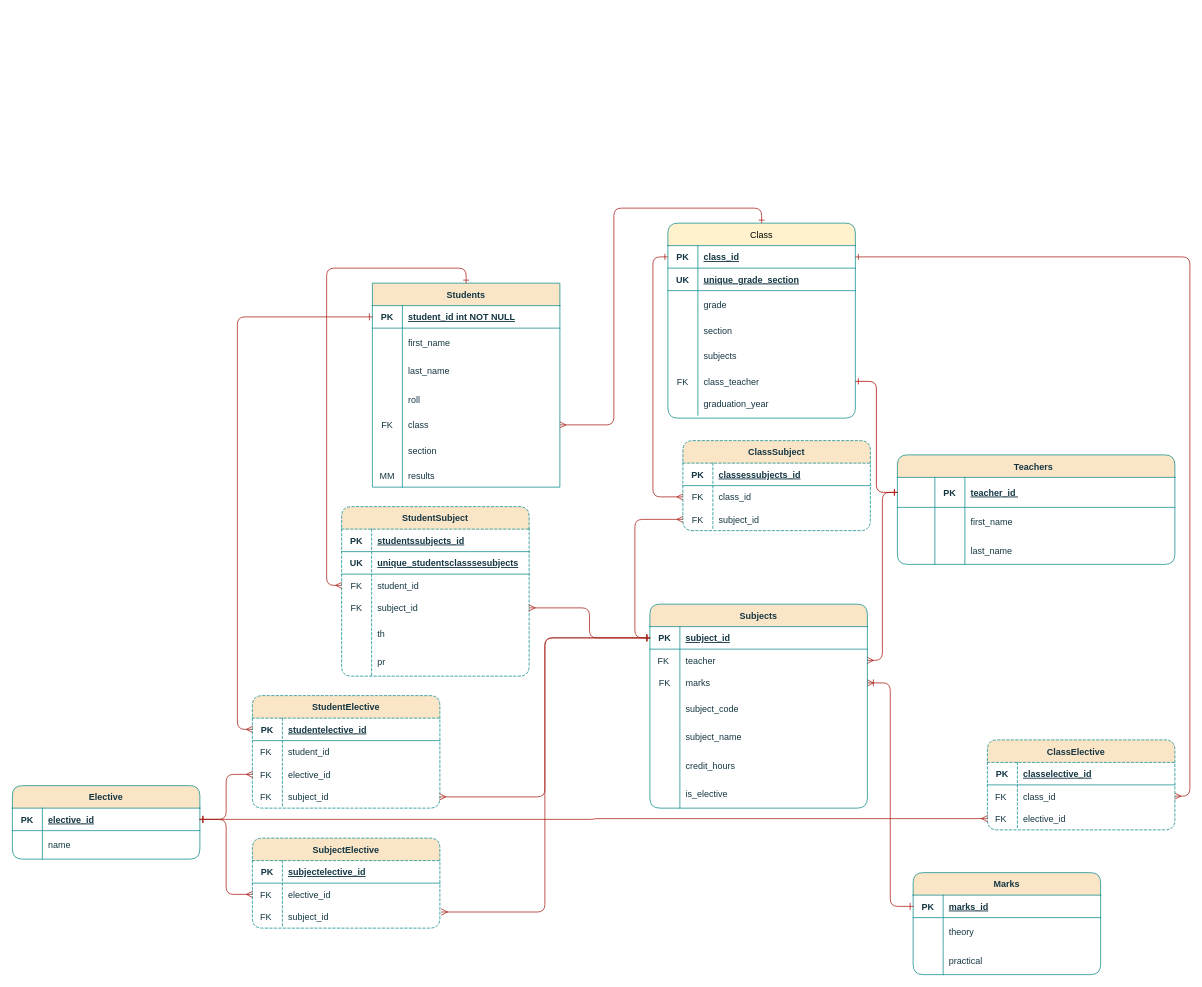
This is student_record/Untitled Diagram.drawio from Bhuwan-web/gradesheet, a draw.io file, before an edit. Source tidied: cells renumbered, new cells numbered last; positions are measured from the earlier drawing's top-left corner, leaving out a move shared by most shapes. Both pictures are drawn from the tidied source at 75%, with x=0, y=0 at pixel (12, 223).
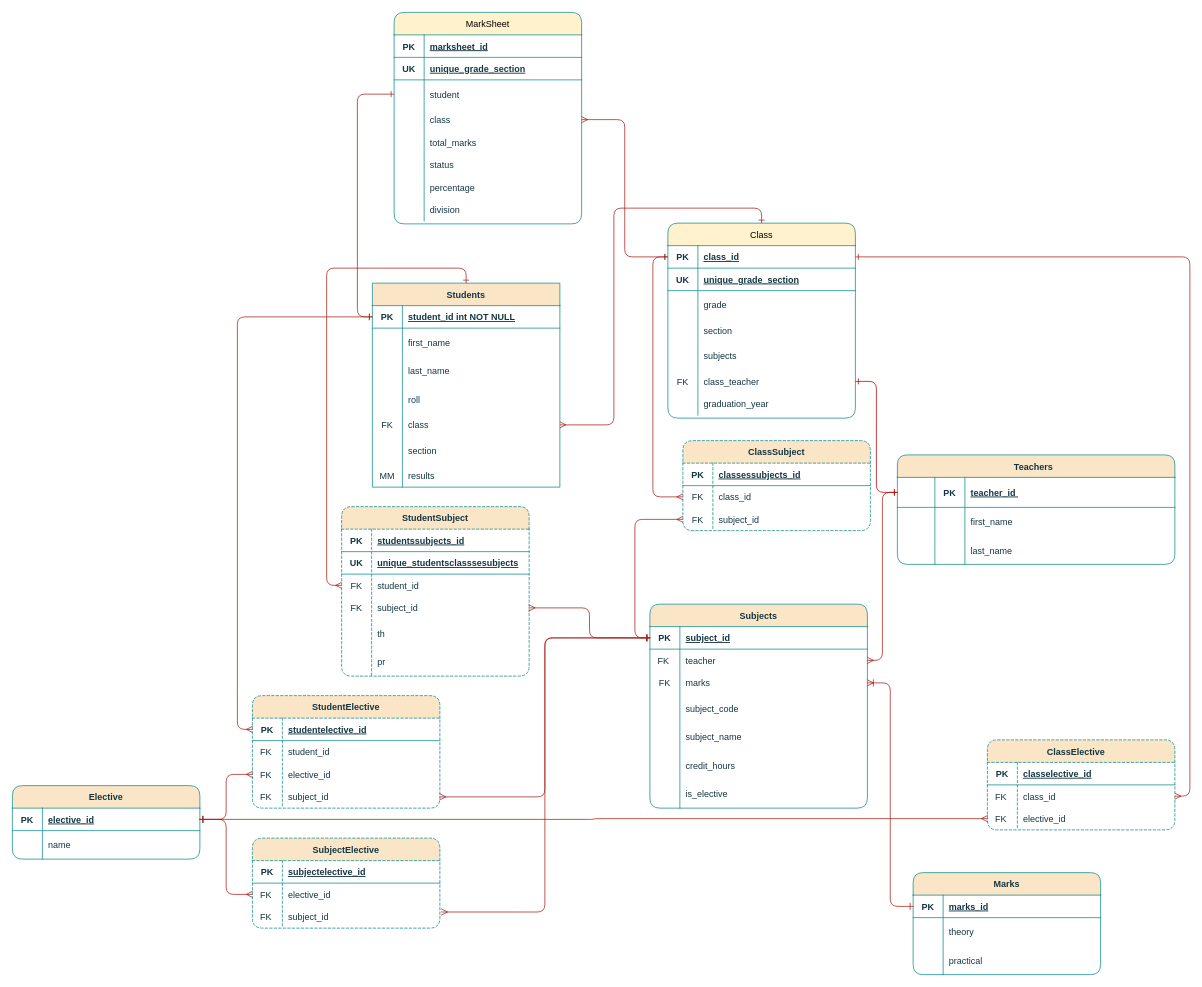
The same page after the edit.

The change refers to these unchanged cells:
```xml
<mxCell id="26" style="shape=partialRectangle;fillColor=none;points=[[0,0.5],[1,0.5]];portConstraint=eastwest;top=0;left=0;right=0;bottom=1;strokeColor=#0F8B8D;backgroundOutline=1;rounded=1;labelBackgroundColor=none;fontColor=#143642;linecap=square;" parent="25" vertex="1">
  <mxGeometry y="30" width="250" height="30" as="geometry" />
</mxCell>
<mxCell id="49" style="shape=partialRectangle;fillColor=none;points=[[0,0.5],[1,0.5]];portConstraint=eastwest;top=0;left=0;right=0;bottom=1;strokeColor=#0F8B8D;backgroundOutline=1;rounded=1;labelBackgroundColor=none;fontColor=#143642;linecap=square;" parent="48" vertex="1">
  <mxGeometry y="30" width="250" height="30" as="geometry" />
</mxCell>
```

Change to the diagram source:
```diff
@@
+    <mxCell id="175" value="MarkSheet" style="shape=table;startSize=30;childLayout=tableLayout;rowLines=0;align=center;strokeColor=#0F8B8D;backgroundOutline=0;rounded=1;fillColor=#FFF2CC;shadow=0;fixDash=0;comic=0;linejoin=arcs;linecap=square;swimlaneLine=1;swimlaneFillColor=none;" parent="1" vertex="1">
+      <mxGeometry x="509" y="-281" width="250" height="282" as="geometry" />
+    </mxCell>
+    <mxCell id="176" style="shape=partialRectangle;fillColor=none;top=0;left=0;right=0;bottom=1;strokeColor=#0F8B8D;backgroundOutline=1;rounded=1;labelBackgroundColor=none;fontColor=#143642;linecap=square;" parent="175" vertex="1">
+      <mxGeometry y="30" width="250" height="30" as="geometry" />
+    </mxCell>
+    <mxCell id="177" value="PK" style="shape=partialRectangle;overflow=hidden;fillColor=none;top=0;left=0;bottom=0;right=0;fontStyle=1;strokeColor=#0F8B8D;backgroundOutline=1;rounded=1;labelBackgroundColor=none;fontColor=#143642;linecap=square;" parent="176" vertex="1">
+      <mxGeometry width="40" height="30" as="geometry" />
+    </mxCell>
+    <mxCell id="178" value="marksheet_id" style="shape=partialRectangle;overflow=hidden;fillColor=none;top=0;left=0;bottom=0;right=0;align=left;spacingLeft=6;fontStyle=5;strokeColor=#0F8B8D;backgroundOutline=1;rounded=1;labelBackgroundColor=none;fontColor=#143642;linecap=square;" parent="176" vertex="1">
+      <mxGeometry x="40" width="210" height="30" as="geometry" />
+    </mxCell>
+    <mxCell id="179" style="shape=partialRectangle;fillColor=none;top=0;left=0;right=0;bottom=1;strokeColor=#0F8B8D;backgroundOutline=1;rounded=1;labelBackgroundColor=none;fontColor=#143642;linecap=square;" parent="175" vertex="1">
+      <mxGeometry y="60" width="250" height="30" as="geometry" />
+    </mxCell>
+    <mxCell id="180" value="UK" style="shape=partialRectangle;overflow=hidden;fillColor=none;top=0;left=0;bottom=0;right=0;fontStyle=1;strokeColor=#0F8B8D;backgroundOutline=1;rounded=1;labelBackgroundColor=none;fontColor=#143642;linecap=square;" parent="179" vertex="1">
+      <mxGeometry width="40" height="30" as="geometry" />
+    </mxCell>
+    <mxCell id="181" value="unique_grade_section" style="shape=partialRectangle;overflow=hidden;fillColor=none;top=0;left=0;bottom=0;right=0;align=left;spacingLeft=6;fontStyle=5;strokeColor=#0F8B8D;backgroundOutline=1;rounded=1;labelBackgroundColor=none;fontColor=#143642;linecap=square;" parent="179" vertex="1">
+      <mxGeometry x="40" width="210" height="30" as="geometry" />
+    </mxCell>
+    <mxCell id="182" style="shape=partialRectangle;fillColor=none;points=[[0,0.5],[1,0.5]];portConstraint=eastwest;top=0;left=0;right=0;bottom=0;strokeColor=#0F8B8D;backgroundOutline=1;rounded=1;labelBackgroundColor=none;fontColor=#143642;linecap=square;" parent="175" vertex="1">
+      <mxGeometry y="90" width="250" height="38" as="geometry" />
+    </mxCell>
+    <mxCell id="183" style="shape=partialRectangle;overflow=hidden;fillColor=none;top=0;left=0;bottom=0;right=0;strokeColor=#0F8B8D;backgroundOutline=1;rounded=1;labelBackgroundColor=none;fontColor=#143642;linecap=square;" parent="182" vertex="1">
+      <mxGeometry width="40" height="38" as="geometry" />
+    </mxCell>
+    <mxCell id="184" value="student" style="shape=partialRectangle;overflow=hidden;fillColor=none;top=0;left=0;bottom=0;right=0;align=left;spacingLeft=6;strokeColor=#0F8B8D;backgroundOutline=1;rounded=1;labelBackgroundColor=none;fontColor=#143642;linecap=square;" parent="182" vertex="1">
+      <mxGeometry x="40" width="210" height="38" as="geometry" />
+    </mxCell>
+    <mxCell id="185" style="shape=partialRectangle;fillColor=none;points=[[0,0.5],[1,0.5]];portConstraint=eastwest;top=0;left=0;right=0;bottom=0;strokeColor=#0F8B8D;backgroundOutline=1;rounded=1;labelBackgroundColor=none;fontColor=#143642;linecap=square;" parent="175" vertex="1">
+      <mxGeometry y="128" width="250" height="30" as="geometry" />
+    </mxCell>
+    <mxCell id="186" value="&#10;" style="shape=partialRectangle;overflow=hidden;fillColor=none;top=0;left=0;bottom=0;right=0;strokeColor=#0F8B8D;backgroundOutline=1;rounded=1;labelBackgroundColor=none;fontColor=#143642;linecap=square;" parent="185" vertex="1">
+      <mxGeometry width="40" height="30" as="geometry" />
+    </mxCell>
+    <mxCell id="187" value="class" style="shape=partialRectangle;overflow=hidden;fillColor=none;top=0;left=0;bottom=0;right=0;align=left;spacingLeft=6;strokeColor=#0F8B8D;backgroundOutline=1;rounded=1;labelBackgroundColor=none;fontColor=#143642;linecap=square;" parent="185" vertex="1">
+      <mxGeometry x="40" width="210" height="30" as="geometry" />
+    </mxCell>
+    <mxCell id="188" style="shape=partialRectangle;fillColor=none;top=0;left=0;right=0;bottom=0;strokeColor=#0F8B8D;backgroundOutline=1;rounded=1;labelBackgroundColor=none;fontColor=#143642;linecap=square;" parent="175" vertex="1">
+      <mxGeometry y="158" width="250" height="30" as="geometry" />
+    </mxCell>
+    <mxCell id="189" value="&#10;" style="shape=partialRectangle;overflow=hidden;fillColor=none;top=0;left=0;bottom=0;right=0;strokeColor=#0F8B8D;backgroundOutline=1;rounded=1;labelBackgroundColor=none;fontColor=#143642;linecap=square;" parent="188" vertex="1">
+      <mxGeometry width="40" height="30" as="geometry" />
+    </mxCell>
+    <mxCell id="190" value="total_marks" style="shape=partialRectangle;overflow=hidden;fillColor=none;top=0;left=0;bottom=0;right=0;align=left;spacingLeft=6;strokeColor=#0F8B8D;backgroundOutline=1;rounded=1;labelBackgroundColor=none;fontColor=#143642;linecap=square;" parent="188" vertex="1">
+      <mxGeometry x="40" width="210" height="30" as="geometry" />
+    </mxCell>
+    <mxCell id="191" style="shape=partialRectangle;fillColor=none;top=0;left=0;right=0;bottom=0;strokeColor=#0F8B8D;backgroundOutline=1;rounded=1;labelBackgroundColor=none;fontColor=#143642;linecap=square;" parent="175" vertex="1">
+      <mxGeometry y="188" width="250" height="30" as="geometry" />
+    </mxCell>
+    <mxCell id="192" value="&#10;" style="shape=partialRectangle;overflow=hidden;fillColor=none;top=0;left=0;bottom=0;right=0;strokeColor=#0F8B8D;backgroundOutline=1;rounded=1;labelBackgroundColor=none;fontColor=#143642;linecap=square;" parent="191" vertex="1">
+      <mxGeometry width="40" height="30" as="geometry" />
+    </mxCell>
+    <mxCell id="193" value="status" style="shape=partialRectangle;overflow=hidden;fillColor=none;top=0;left=0;bottom=0;right=0;align=left;spacingLeft=6;strokeColor=#0F8B8D;backgroundOutline=1;rounded=1;labelBackgroundColor=none;fontColor=#143642;linecap=square;" parent="191" vertex="1">
+      <mxGeometry x="40" width="210" height="30" as="geometry" />
+    </mxCell>
+    <mxCell id="194" style="shape=partialRectangle;fillColor=none;top=0;left=0;right=0;bottom=0;strokeColor=#0F8B8D;backgroundOutline=1;rounded=1;labelBackgroundColor=none;fontColor=#143642;linecap=square;" parent="175" vertex="1">
+      <mxGeometry y="218" width="250" height="30" as="geometry" />
+    </mxCell>
+    <mxCell id="195" value="&#10;" style="shape=partialRectangle;overflow=hidden;fillColor=none;top=0;left=0;bottom=0;right=0;strokeColor=#0F8B8D;backgroundOutline=1;rounded=1;labelBackgroundColor=none;fontColor=#143642;linecap=square;" parent="194" vertex="1">
+      <mxGeometry width="40" height="30" as="geometry" />
+    </mxCell>
+    <mxCell id="196" value="percentage" style="shape=partialRectangle;overflow=hidden;fillColor=none;top=0;left=0;bottom=0;right=0;align=left;spacingLeft=6;strokeColor=#0F8B8D;backgroundOutline=1;rounded=1;labelBackgroundColor=none;fontColor=#143642;linecap=square;" parent="194" vertex="1">
+      <mxGeometry x="40" width="210" height="30" as="geometry" />
+    </mxCell>
+    <mxCell id="197" style="shape=partialRectangle;fillColor=none;top=0;left=0;right=0;bottom=0;strokeColor=#0F8B8D;backgroundOutline=1;rounded=1;labelBackgroundColor=none;fontColor=#143642;linecap=square;" parent="175" vertex="1">
+      <mxGeometry y="248" width="250" height="30" as="geometry" />
+    </mxCell>
+    <mxCell id="198" value="&#10;" style="shape=partialRectangle;overflow=hidden;fillColor=none;top=0;left=0;bottom=0;right=0;strokeColor=#0F8B8D;backgroundOutline=1;rounded=1;labelBackgroundColor=none;fontColor=#143642;linecap=square;" parent="197" vertex="1">
+      <mxGeometry width="40" height="30" as="geometry" />
+    </mxCell>
+    <mxCell id="199" value="division" style="shape=partialRectangle;overflow=hidden;fillColor=none;top=0;left=0;bottom=0;right=0;align=left;spacingLeft=6;strokeColor=#0F8B8D;backgroundOutline=1;rounded=1;labelBackgroundColor=none;fontColor=#143642;linecap=square;" parent="197" vertex="1">
+      <mxGeometry x="40" width="210" height="30" as="geometry" />
+    </mxCell>
+    <mxCell id="200" style="edgeStyle=orthogonalEdgeStyle;shape=connector;rounded=1;comic=0;jettySize=auto;html=1;exitX=0;exitY=0.5;exitDx=0;exitDy=0;entryX=0;entryY=0.5;entryDx=0;entryDy=0;shadow=0;strokeColor=#A8201A;align=center;verticalAlign=middle;fontFamily=Helvetica;fontSize=11;fontColor=default;labelBackgroundColor=none;startArrow=ERone;startFill=0;endArrow=ERone;endFill=0;" parent="1" edge="1" source="182" target="26">
+      <mxGeometry relative="1" as="geometry" />
+    </mxCell>
+    <mxCell id="201" style="edgeStyle=orthogonalEdgeStyle;shape=connector;rounded=1;comic=0;jettySize=auto;html=1;exitX=1;exitY=0.5;exitDx=0;exitDy=0;entryX=0;entryY=0.5;entryDx=0;entryDy=0;shadow=0;strokeColor=#A8201A;align=center;verticalAlign=middle;fontFamily=Helvetica;fontSize=11;fontColor=default;labelBackgroundColor=none;startArrow=ERmany;startFill=0;endArrow=ERone;endFill=0;" parent="1" edge="1" source="185" target="49">
+      <mxGeometry relative="1" as="geometry" />
+    </mxCell>
```
